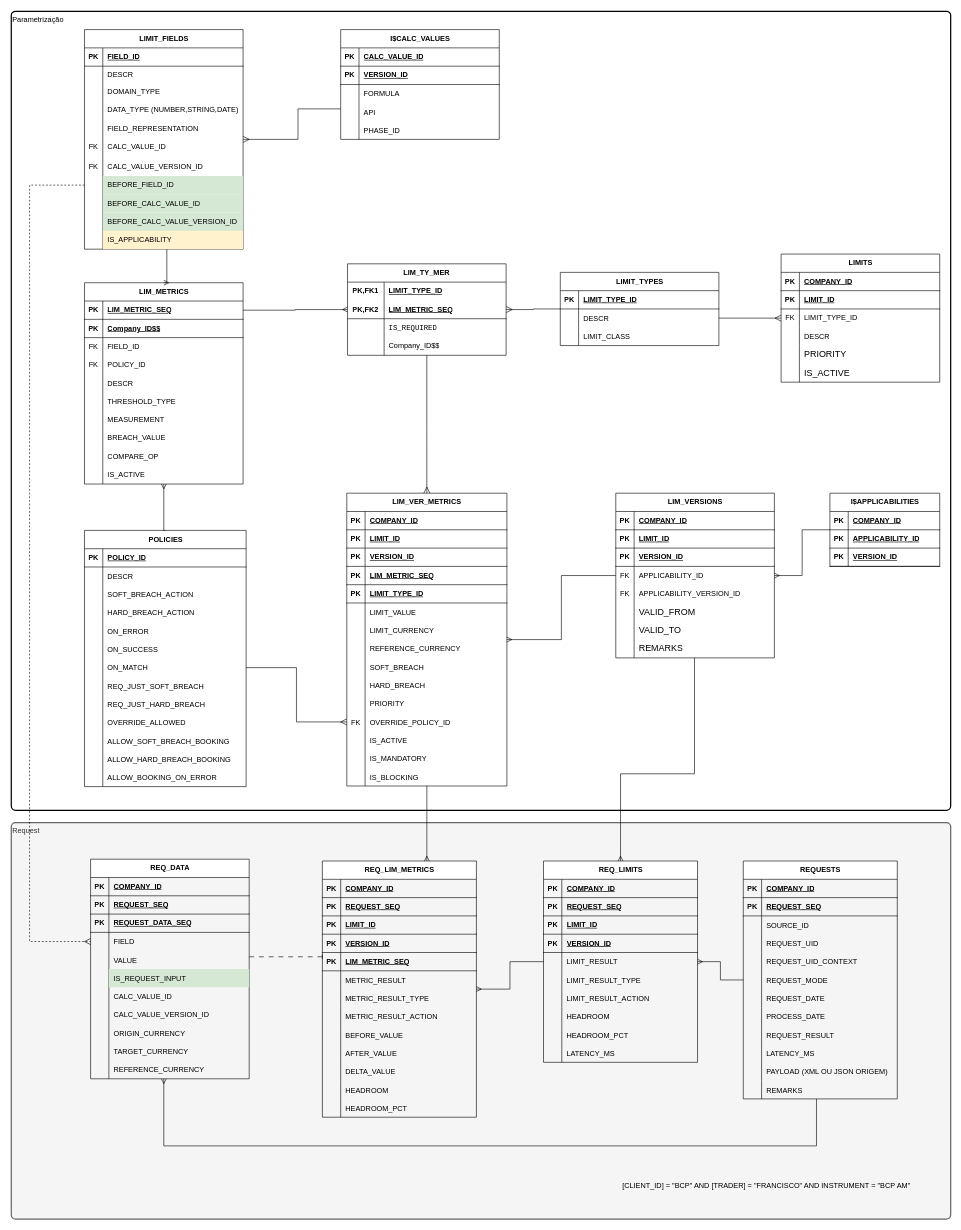
Earlier version of the draw.io diagram formacao_V2_Versão Final (2).drawio (JoaoBeloSilva/SBS_Prototype). Source tidied: cells renumbered, new cells numbered last; positions are measured from the earlier drawing's top-left corner, leaving out a move shared by most shapes. Both pictures are drawn from the tidied source at 61%, with x=0, y=0 at pixel (11, 11).
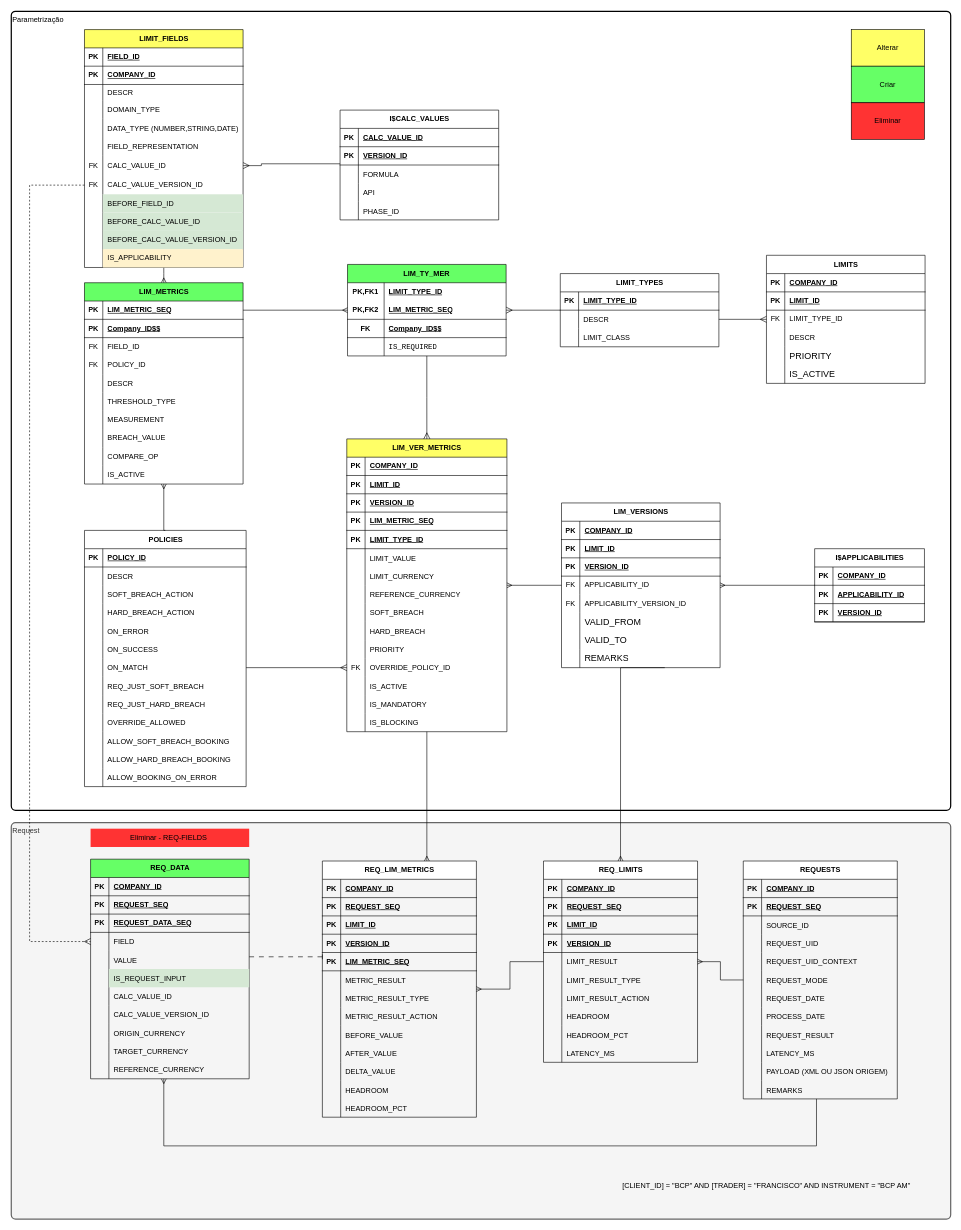
After the change.

The change refers to these unchanged cells:
```xml
<mxCell id="262" style="shape=tableRow;horizontal=0;startSize=0;swimlaneHead=0;swimlaneBody=0;fillColor=none;points=[[0,0.5],[1,0.5]];portConstraint=eastwest;top=0;left=0;right=0;bottom=0;" parent="252" vertex="1">
  <mxGeometry y="120" width="260" height="30" as="geometry" />
</mxCell>
<mxCell id="287" value="REQ_LIMITS" style="shape=table;startSize=30;childLayout=tableLayout;rowLines=0;fontStyle=1;align=center;html=1;" parent="1" vertex="1">
  <mxGeometry x="872.5" y="1393" width="252.5" height="330" as="geometry" />
</mxCell>
```

The edit, as a diff of the source:
```diff
@@
     <mxCell id="5" value="LIMIT_TYPES" style="shape=table;startSize=30;childLayout=tableLayout;rowLines=0;fontStyle=1;align=center;html=1;" parent="1" vertex="1">
-      <mxGeometry x="900" y="428" width="260" height="120" as="geometry" />
+      <mxGeometry x="900" y="430" width="260" height="120" as="geometry" />
     </mxCell>
@@
     <mxCell id="15" value="LIMITS" style="shape=table;startSize=30;childLayout=tableLayout;rowLines=0;fontStyle=1;align=center;html=1;" parent="1" vertex="1">
-      <mxGeometry x="1262" y="398" width="260" height="210" as="geometry" />
+      <mxGeometry x="1238" y="400" width="260" height="210" as="geometry" />
     </mxCell>
@@
-    <mxCell id="35" style="edgeStyle=orthogonalEdgeStyle;rounded=0;jettySize=auto;html=1;endArrow=ERmany;endFill=0;entryX=0.5;entryY=0;entryDx=0;entryDy=0;" parent="1" edge="1" source="36" target="287">
+    <mxCell id="35" style="edgeStyle=orthogonalEdgeStyle;rounded=0;jettySize=auto;html=1;endArrow=ERmany;endFill=0;entryX=0.5;entryY=0;entryDx=0;entryDy=0;" parent="1" edge="1" target="287">
       <mxGeometry relative="1" as="geometry">
+        <mxPoint x="1071.3" y="1076" as="sourcePoint" />
         <Array as="points">
-          <mxPoint x="1120" y="1250" />
-          <mxPoint x="999" y="1250" />
+          <mxPoint x="999" y="1076" />
+          <mxPoint x="1000" y="1393" />
         </Array>
       </mxGeometry>
     </mxCell>
     <mxCell id="36" value="LIM_VERSIONS" style="shape=table;startSize=30;childLayout=tableLayout;rowLines=0;fontStyle=1;align=center;html=1;" parent="1" vertex="1">
-      <mxGeometry x="991" y="790" width="260" height="270" as="geometry" />
+      <mxGeometry x="902" y="806" width="260" height="270" as="geometry" />
     </mxCell>
@@
     <mxCell id="62" value="I$APPLICABILITIES" style="shape=table;startSize=30;childLayout=tableLayout;rowLines=0;fontStyle=1;align=center;html=1;" parent="1" vertex="1">
-      <mxGeometry x="1342" y="790" width="180" height="120" as="geometry" />
+      <mxGeometry x="1317" y="881" width="180" height="120" as="geometry" />
     </mxCell>
@@
-    <mxCell id="74" value="LIM_VER_METRICS" style="shape=table;startSize=30;childLayout=tableLayout;rowLines=0;fontStyle=1;align=center;html=1;" parent="1" vertex="1">
-      <mxGeometry x="550" y="790" width="262.5" height="480" as="geometry" />
+    <mxCell id="74" value="LIM_VER_METRICS" style="shape=table;startSize=30;childLayout=tableLayout;rowLines=0;fontStyle=1;align=center;html=1;fillColor=#FFFF66;" parent="1" vertex="1">
+      <mxGeometry x="550" y="701" width="262.5" height="480" as="geometry" />
     </mxCell>
@@
     <mxCell id="120" style="edgeStyle=orthogonalEdgeStyle;rounded=0;jettySize=auto;html=1;endArrow=ERmany;endFill=0;entryX=0.5;entryY=0;entryDx=0;entryDy=0;" parent="1" edge="1" source="121" target="358">
       <mxGeometry relative="1" as="geometry">
         <Array as="points">
-          <mxPoint x="255" y="290" />
+          <mxPoint x="250" y="430" />
+          <mxPoint x="250" y="430" />
         </Array>
       </mxGeometry>
     </mxCell>
-    <mxCell id="121" value="LIMIT_FIELDS" style="shape=table;startSize=30;childLayout=tableLayout;rowLines=0;fontStyle=1;align=center;html=1;" parent="1" vertex="1">
-      <mxGeometry x="120" y="30" width="260" height="360" as="geometry" />
+    <mxCell id="121" value="LIMIT_FIELDS" style="shape=table;startSize=30;childLayout=tableLayout;rowLines=0;fontStyle=1;align=center;html=1;fillColor=#FFFF66;" parent="1" vertex="1">
+      <mxGeometry x="120" y="30" width="260" height="390" as="geometry" />
     </mxCell>
@@
+    <mxCell id="408" style="shape=tableRow;horizontal=0;startSize=0;swimlaneHead=0;swimlaneBody=0;fillColor=none;top=0;left=0;right=0;bottom=1;" parent="121" vertex="1">
+      <mxGeometry y="60" width="260" height="30" as="geometry" />
+    </mxCell>
+    <mxCell id="409" value="PK" style="shape=partialRectangle;fillColor=none;top=0;left=0;bottom=0;right=0;fontStyle=1;overflow=hidden;whiteSpace=wrap;html=1;" parent="408" vertex="1">
+      <mxGeometry width="30" height="30" as="geometry" />
+    </mxCell>
+    <mxCell id="410" value="COMPANY_ID" style="shape=partialRectangle;fillColor=none;top=0;left=0;bottom=0;right=0;align=left;spacingLeft=6;fontStyle=5;overflow=hidden;whiteSpace=wrap;html=1;" parent="408" vertex="1">
+      <mxGeometry x="30" width="230" height="30" as="geometry" />
+    </mxCell>
     <mxCell id="125" style="shape=tableRow;horizontal=0;startSize=0;swimlaneHead=0;swimlaneBody=0;fillColor=none;top=0;left=0;right=0;bottom=0;" parent="121" vertex="1">
-      <mxGeometry y="60" width="260" height="26" as="geometry" />
+      <mxGeometry y="90" width="260" height="26" as="geometry" />
     </mxCell>
@@
     <mxCell id="128" style="shape=tableRow;horizontal=0;startSize=0;swimlaneHead=0;swimlaneBody=0;fillColor=none;top=0;left=0;right=0;bottom=0;" parent="121" vertex="1">
-      <mxGeometry y="86" width="260" height="30" as="geometry" />
+      <mxGeometry y="116" width="260" height="30" as="geometry" />
     </mxCell>
@@
     <mxCell id="131" style="shape=tableRow;horizontal=0;startSize=0;swimlaneHead=0;swimlaneBody=0;fillColor=none;top=0;left=0;right=0;bottom=0;" parent="121" vertex="1">
-      <mxGeometry y="116" width="260" height="30" as="geometry" />
+      <mxGeometry y="146" width="260" height="30" as="geometry" />
     </mxCell>
@@
     <mxCell id="134" style="shape=tableRow;horizontal=0;startSize=0;swimlaneHead=0;swimlaneBody=0;fillColor=none;top=0;left=0;right=0;bottom=0;" parent="121" vertex="1">
-      <mxGeometry y="146" width="260" height="30" as="geometry" />
+      <mxGeometry y="176" width="260" height="30" as="geometry" />
     </mxCell>
@@
     <mxCell id="137" style="shape=tableRow;horizontal=0;startSize=0;swimlaneHead=0;swimlaneBody=0;fillColor=none;points=[[0,0.5],[1,0.5]];portConstraint=eastwest;top=0;left=0;right=0;bottom=0;" parent="121" vertex="1">
-      <mxGeometry y="176" width="260" height="34" as="geometry" />
+      <mxGeometry y="206" width="260" height="34" as="geometry" />
     </mxCell>
@@
     <mxCell id="140" style="shape=tableRow;horizontal=0;startSize=0;swimlaneHead=0;swimlaneBody=0;fillColor=none;points=[[0,0.5],[1,0.5]];portConstraint=eastwest;top=0;left=0;right=0;bottom=0;" parent="121" vertex="1">
-      <mxGeometry y="210" width="260" height="30" as="geometry" />
+      <mxGeometry y="240" width="260" height="30" as="geometry" />
     </mxCell>
@@
     <mxCell id="143" style="shape=tableRow;horizontal=0;startSize=0;swimlaneHead=0;swimlaneBody=0;fillColor=none;points=[[0,0.5],[1,0.5]];portConstraint=eastwest;top=0;left=0;right=0;bottom=0;" parent="121" vertex="1">
-      <mxGeometry y="240" width="260" height="30" as="geometry" />
+      <mxGeometry y="270" width="260" height="30" as="geometry" />
     </mxCell>
@@
     <mxCell id="146" style="shape=tableRow;horizontal=0;startSize=0;swimlaneHead=0;swimlaneBody=0;fillColor=none;top=0;left=0;right=0;bottom=0;" parent="121" vertex="1">
-      <mxGeometry y="270" width="260" height="30" as="geometry" />
+      <mxGeometry y="300" width="260" height="30" as="geometry" />
     </mxCell>
@@
     <mxCell id="149" style="shape=tableRow;horizontal=0;startSize=0;swimlaneHead=0;swimlaneBody=0;fillColor=none;top=0;left=0;right=0;bottom=0;" parent="121" vertex="1">
-      <mxGeometry y="300" width="260" height="30" as="geometry" />
+      <mxGeometry y="330" width="260" height="30" as="geometry" />
     </mxCell>
@@
     <mxCell id="152" style="shape=tableRow;horizontal=0;startSize=0;swimlaneHead=0;swimlaneBody=0;fillColor=none;top=0;left=0;right=0;bottom=0;" parent="121" vertex="1">
-      <mxGeometry y="330" width="260" height="30" as="geometry" />
+      <mxGeometry y="360" width="260" height="30" as="geometry" />
     </mxCell>
@@
-    <mxCell id="155" style="edgeStyle=orthogonalEdgeStyle;rounded=0;jettySize=auto;html=1;fontSize=12;startSize=8;endSize=8;endArrow=ERmany;endFill=0;" parent="1" edge="1" source="156" target="121">
+    <mxCell id="155" style="edgeStyle=orthogonalEdgeStyle;rounded=0;jettySize=auto;html=1;fontSize=12;startSize=8;endSize=8;endArrow=ERmany;endFill=0;entryX=1;entryY=0.5;entryDx=0;entryDy=0;" parent="1" edge="1" source="156" target="137">
       <mxGeometry relative="1" as="geometry">
         <Array as="points">
-          <mxPoint x="470" y="160" />
-          <mxPoint x="470" y="210" />
+          <mxPoint x="410" y="250" />
+          <mxPoint x="410" y="253" />
         </Array>
       </mxGeometry>
     </mxCell>
     <mxCell id="156" value="I$CALC_VALUES" style="shape=table;startSize=30;childLayout=tableLayout;rowLines=0;fontStyle=1;align=center;html=1;" parent="1" vertex="1">
-      <mxGeometry x="540" y="30" width="260" height="180" as="geometry" />
+      <mxGeometry x="539" y="162" width="260" height="180" as="geometry" />
     </mxCell>
@@
-    <mxCell id="252" value="REQ_DATA" style="shape=table;startSize=30;childLayout=tableLayout;rowLines=0;fontStyle=1;align=center;html=1;" parent="1" vertex="1">
+    <mxCell id="252" value="REQ_DATA" style="shape=table;startSize=30;childLayout=tableLayout;rowLines=0;fontStyle=1;align=center;html=1;fillColor=#66FF66;" parent="1" vertex="1">
       <mxGeometry x="130" y="1390" width="260" height="360" as="geometry" />
     </mxCell>
@@
-    <mxCell id="358" value="LIM_METRICS" style="shape=table;startSize=30;childLayout=tableLayout;rowLines=0;fontStyle=1;align=center;html=1;fillColor=none;" parent="1" vertex="1">
+    <mxCell id="358" value="LIM_METRICS" style="shape=table;startSize=30;childLayout=tableLayout;rowLines=0;fontStyle=1;align=center;html=1;fillColor=#66FF66;" parent="1" vertex="1">
       <mxGeometry x="120" y="445" width="260" height="330" as="geometry" />
     </mxCell>
@@
-    <mxCell id="390" value="LIM_TY_MER" style="shape=table;startSize=30;childLayout=tableLayout;rowLines=0;fontStyle=1;align=center;html=1;whiteSpace=wrap;" parent="1" vertex="1">
-      <mxGeometry x="551.2" y="414" width="260" height="150" as="geometry" />
+    <mxCell id="390" value="LIM_TY_MER" style="shape=table;startSize=30;childLayout=tableLayout;rowLines=0;fontStyle=1;align=center;html=1;whiteSpace=wrap;fillColor=#66FF66;" parent="1" vertex="1">
+      <mxGeometry x="551.2" y="415" width="260" height="150" as="geometry" />
     </mxCell>
@@
+    <mxCell id="411" style="shape=tableRow;horizontal=0;startSize=0;swimlaneHead=0;swimlaneBody=0;fillColor=none;top=0;left=0;right=0;bottom=1;html=1;" parent="390" vertex="1">
+      <mxGeometry y="90" width="260" height="30" as="geometry" />
+    </mxCell>
+    <mxCell id="412" value="FK" style="shape=partialRectangle;fillColor=none;top=0;left=0;bottom=0;right=0;fontStyle=1;overflow=hidden;html=1;whiteSpace=wrap;" parent="411" vertex="1">
+      <mxGeometry width="60" height="30" as="geometry" />
+    </mxCell>
+    <mxCell id="402" value="&lt;b&gt;Company_ID$$&lt;/b&gt;" style="shape=partialRectangle;fillColor=none;top=0;left=0;bottom=0;right=0;align=left;spacingLeft=6;fontStyle=5;overflow=hidden;html=1;whiteSpace=wrap;" parent="411" vertex="1">
+      <mxGeometry x="60" width="200" height="30" as="geometry" />
+    </mxCell>
     <mxCell id="397" style="shape=tableRow;horizontal=0;startSize=0;swimlaneHead=0;swimlaneBody=0;fillColor=none;top=0;left=0;right=0;bottom=0;html=1;" parent="390" vertex="1">
-      <mxGeometry y="90" width="260" height="30" as="geometry" />
+      <mxGeometry y="120" width="260" height="30" as="geometry" />
     </mxCell>
@@
-    <mxCell id="400" style="shape=tableRow;horizontal=0;startSize=0;swimlaneHead=0;swimlaneBody=0;fillColor=none;top=0;left=0;right=0;bottom=0;html=1;" parent="390" vertex="1">
-      <mxGeometry y="120" width="260" height="30" as="geometry" />
-    </mxCell>
-    <mxCell id="401" style="shape=partialRectangle;fillColor=none;top=0;left=0;bottom=0;right=0;overflow=hidden;html=1;whiteSpace=wrap;" parent="400" vertex="1">
-      <mxGeometry width="60" height="30" as="geometry" />
-    </mxCell>
-    <mxCell id="402" value="Company_ID$$" style="shape=partialRectangle;fillColor=none;top=0;left=0;bottom=0;right=0;align=left;spacingLeft=6;overflow=hidden;html=1;whiteSpace=wrap;" parent="400" vertex="1">
-      <mxGeometry x="60" width="200" height="30" as="geometry" />
-    </mxCell>
@@
-    <mxCell id="407" style="edgeStyle=orthogonalEdgeStyle;rounded=0;jettySize=auto;html=1;fontSize=12;startSize=8;endSize=8;entryX=0;entryY=0.5;entryDx=0;entryDy=0;endArrow=ERmany;endFill=0;dashed=1;" parent="1" edge="1" source="143" target="262">
+    <mxCell id="407" style="edgeStyle=orthogonalEdgeStyle;rounded=0;jettySize=auto;html=1;fontSize=12;startSize=8;endSize=8;entryX=0;entryY=0.5;entryDx=0;entryDy=0;endArrow=ERmany;endFill=0;dashed=1;exitX=0;exitY=0.5;exitDx=0;exitDy=0;" parent="1" edge="1" source="140" target="262">
       <mxGeometry relative="1" as="geometry">
         <Array as="points">
           <mxPoint x="30" y="285" />
           <mxPoint x="30" y="1525" />
         </Array>
       </mxGeometry>
     </mxCell>
+    <mxCell id="413" value="Alterar" style="rounded=0;whiteSpace=wrap;html=1;fillColor=#FFFF66;" parent="1" vertex="1">
+      <mxGeometry x="1377" y="30" width="120" height="60" as="geometry" />
+    </mxCell>
+    <mxCell id="414" value="Criar" style="rounded=0;whiteSpace=wrap;html=1;fillColor=#66FF66;" parent="1" vertex="1">
+      <mxGeometry x="1377" y="90" width="120" height="60" as="geometry" />
+    </mxCell>
+    <mxCell id="415" value="Eliminar - REQ-FIELDS&amp;nbsp;" style="text;html=1;whiteSpace=wrap;strokeColor=none;fillColor=#FF3333;align=center;verticalAlign=middle;rounded=0;" parent="1" vertex="1">
+      <mxGeometry x="130" y="1340" width="260" height="30" as="geometry" />
+    </mxCell>
+    <mxCell id="416" value="Eliminar" style="rounded=0;whiteSpace=wrap;html=1;fillColor=#FF3333;" parent="1" vertex="1">
+      <mxGeometry x="1377" y="150" width="120" height="60" as="geometry" />
+    </mxCell>
```
